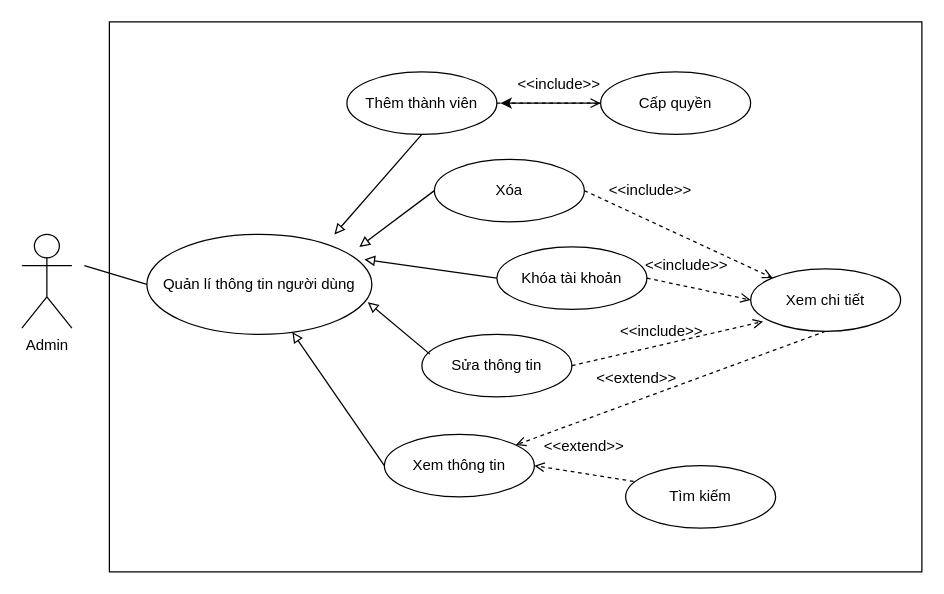
Earlier version of the draw.io diagram ADMIN2Diagram.drawio (tramtruong98/use_case_diagram). Source tidied: cells renumbered, new cells numbered last; positions are measured from the earlier drawing's top-left corner, leaving out a move shared by most shapes. Both pictures are drawn from the tidied source at 125%, with x=0, y=0 at pixel (21, 21).
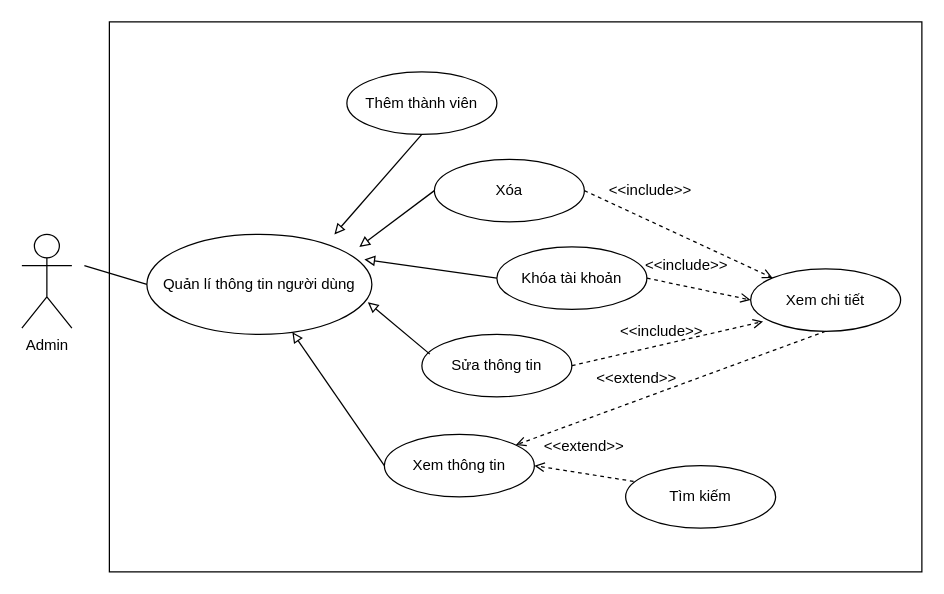
After the change.

The change refers to these unchanged cells:
```xml
<mxCell id="5" value="Thêm thành viên" style="ellipse;whiteSpace=wrap;html=1;" parent="1" vertex="1">
  <mxGeometry x="260" y="40" width="120" height="50" as="geometry" />
</mxCell>
```

Diff of the diagram source:
```diff
@@
-    <mxCell id="9" style="edgeStyle=orthogonalEdgeStyle;rounded=0;jettySize=auto;html=1;" parent="1" edge="1" source="10">
-      <mxGeometry relative="1" as="geometry">
-        <mxPoint x="383" y="65" as="targetPoint" />
-      </mxGeometry>
-    </mxCell>
-    <mxCell id="10" value="Cấp quyền" style="ellipse;whiteSpace=wrap;html=1;" parent="1" vertex="1">
-      <mxGeometry x="463" y="40" width="120" height="50" as="geometry" />
-    </mxCell>
@@
-    <mxCell id="20" style="endArrow=open;dashed=1;html=1;endFill=0;exitX=1;exitY=0.5;exitDx=0;exitDy=0;entryX=0;entryY=0.5;entryDx=0;entryDy=0;" parent="1" edge="1" source="5" target="10">
-      <mxGeometry relative="1" as="geometry" />
-    </mxCell>
@@
-    <mxCell id="25" value="&amp;lt;&amp;lt;include&amp;gt;&amp;gt;" style="text;html=1;strokeColor=none;fillColor=none;align=center;verticalAlign=middle;whiteSpace=wrap;rounded=0;" parent="1" vertex="1">
-      <mxGeometry x="410" y="40" width="40" height="20" as="geometry" />
-    </mxCell>
```
